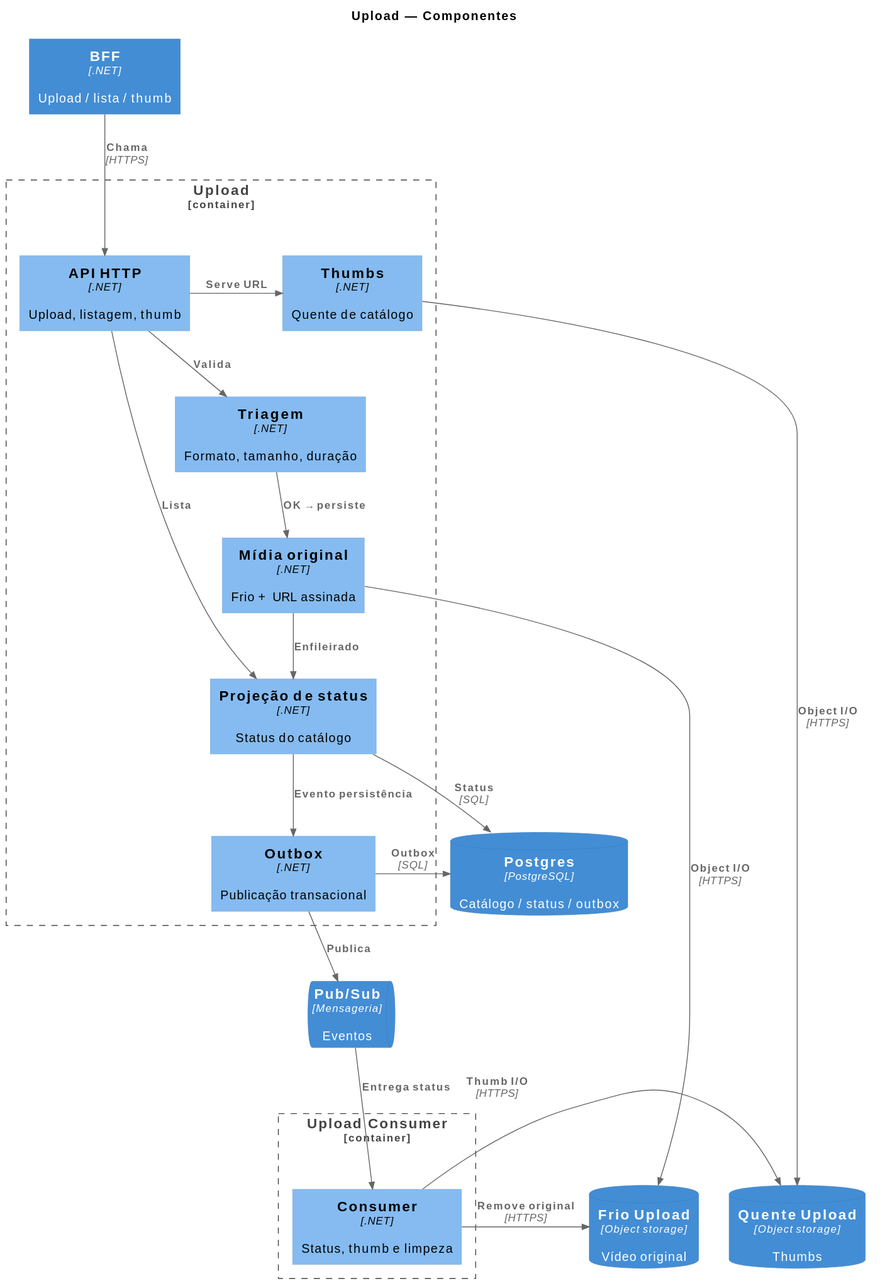
This is arquitetura/06_componentes-upload.svg from fiap-x-vcosta/docs, a PlantUML export, as it was before one commit.
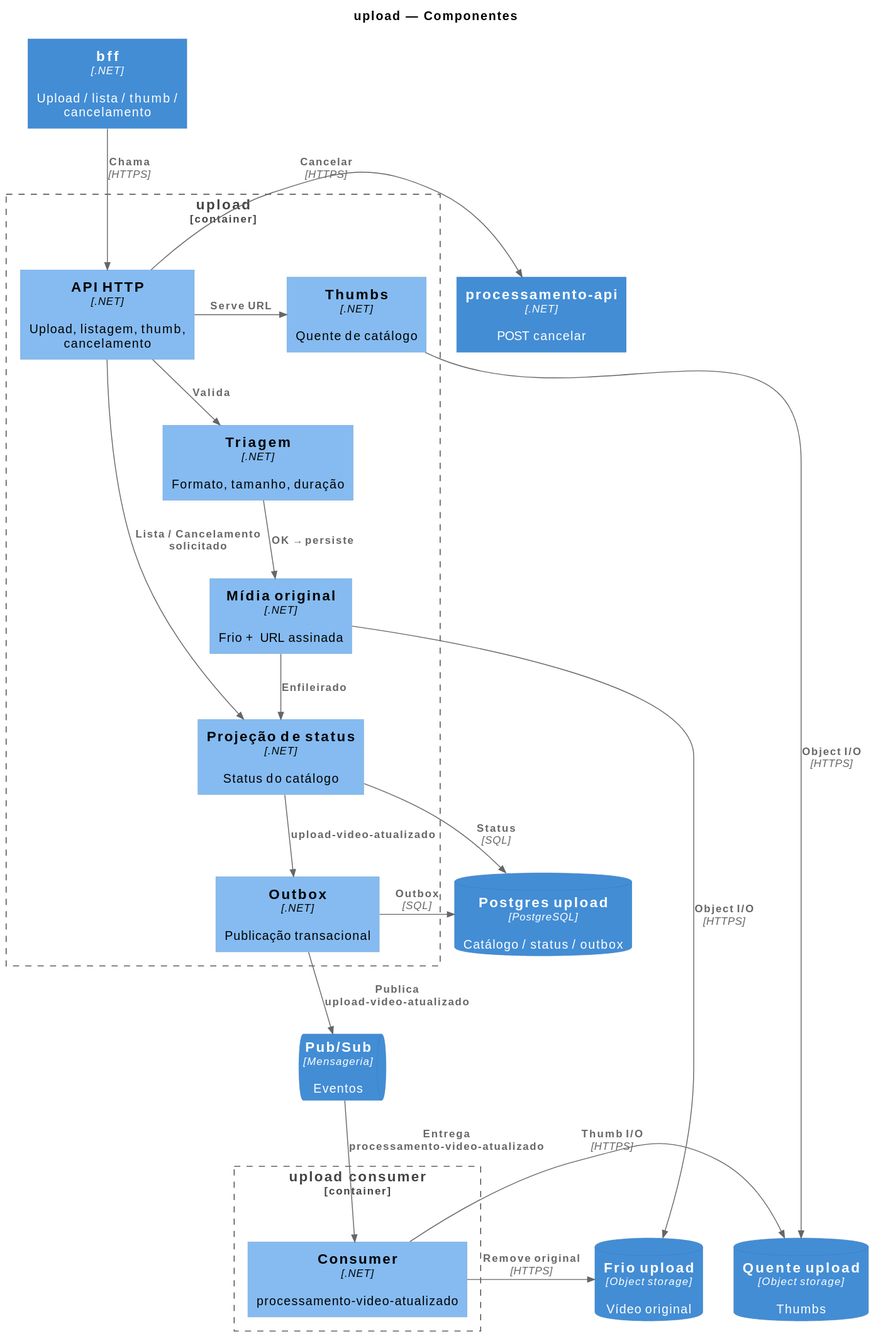
After the change.

The edit, as a diff of the source:
```diff
@@ -4,12 +4,13 @@
 LAYOUT_TOP_DOWN()
 HIDE_STEREOTYPE()
 
-title Upload — Componentes
+title upload — Componentes
 
-Container(bff, "BFF", ".NET", "Upload / lista / thumb")
+Container(bff, "bff", ".NET", "Upload / lista / thumb / cancelamento")
+Container(procApi, "processamento-api", ".NET", "POST cancelar")
 
-Container_Boundary(uploadApi, "Upload") {
-  Component(api, "API HTTP", ".NET", "Upload, listagem, thumb")
+Container_Boundary(uploadApi, "upload") {
+  Component(api, "API HTTP", ".NET", "Upload, listagem, thumb, cancelamento")
   Component(triagem, "Triagem", ".NET", "Formato, tamanho, duração")
   Component(midia, "Mídia original", ".NET", "Frio + URL assinada")
   Component(statusProj, "Projeção de status", ".NET", "Status do catálogo")
@@ -19,24 +20,24 @@
 
 ContainerQueue(pubsub, "Pub/Sub", "Mensageria", "Eventos")
 
-Container_Boundary(uploadConsumer, "Upload Consumer") {
-  Component(consumer, "Consumer", ".NET", "Status, thumb e limpeza")
+Container_Boundary(uploadConsumer, "upload consumer") {
+  Component(consumer, "Consumer", ".NET", "processamento-video-atualizado")
 }
 
-ContainerDb(pg, "Postgres", "PostgreSQL", "Catálogo / status / outbox")
-ContainerDb(frio, "Frio Upload", "Object storage", "Vídeo original")
-ContainerDb(quente, "Quente Upload", "Object storage", "Thumbs")
+ContainerDb(pg, "Postgres upload", "PostgreSQL", "Catálogo / status / outbox")
+ContainerDb(frio, "Frio upload", "Object storage", "Vídeo original")
+ContainerDb(quente, "Quente upload", "Object storage", "Thumbs")
 
 Rel_D(bff, api, "Chama", "HTTPS")
 Rel_D(api, triagem, "Valida")
 Rel_D(triagem, midia, "OK → persiste")
 Rel_D(midia, statusProj, "Enfileirado")
-Rel_D(statusProj, outbox, "Evento persistência")
-Rel_D(outbox, pubsub, "Publica")
-Rel_D(pubsub, consumer, "Entrega status")
-
+Rel_D(statusProj, outbox, "upload-video-atualizado")
+Rel_D(outbox, pubsub, "Publica upload-video-atualizado")
+Rel_D(pubsub, consumer, "Entrega processamento-video-atualizado")
+Rel_R(api, procApi, "Cancelar", "HTTPS")
 Rel_R(api, thumbs, "Serve URL")
-Rel_R(api, statusProj, "Lista")
+Rel_R(api, statusProj, "Lista / Cancelamento solicitado")
 Rel_R(midia, frio, "Object I/O", "HTTPS")
 Rel_R(thumbs, quente, "Object I/O", "HTTPS")
 Rel_R(outbox, pg, "Outbox", "SQL")
```
